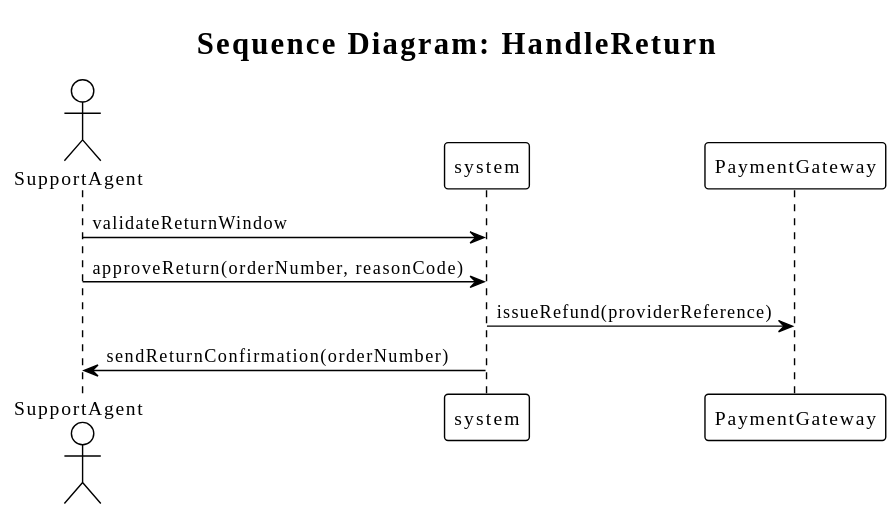
fredoslav2004/modt-core keeps this PlantUML diagram as examples/commerce-platform/generated/sequence/CommercePlatform_HandleReturn.sequence.svg. Above is the earlier version. The source it was exported from:
```plantuml
@startuml
title Sequence Diagram: HandleReturn
!theme plain
skinparam classAttributeIconSize 0
actor "SupportAgent" as Actor
participant "system" as System
participant "PaymentGateway" as PaymentGateway

Actor -> System : validateReturnWindow
Actor -> System : approveReturn(orderNumber, reasonCode)
System -> PaymentGateway : issueRefund(providerReference)
System -> Actor : sendReturnConfirmation(orderNumber)
@enduml
```
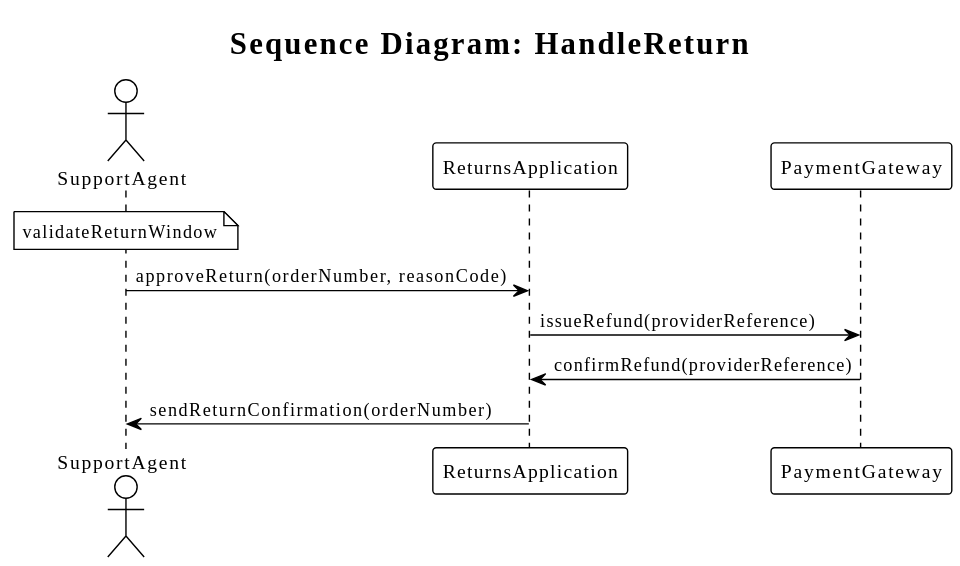
After the commit.

Diff of the diagram source:
```diff
@@ -3,11 +3,12 @@
 !theme plain
 skinparam classAttributeIconSize 0
 actor "SupportAgent" as Actor
-participant "system" as System
+participant "ReturnsApplication" as ReturnsApplication
 participant "PaymentGateway" as PaymentGateway
 
-Actor -> System : validateReturnWindow
-Actor -> System : approveReturn(orderNumber, reasonCode)
-System -> PaymentGateway : issueRefund(providerReference)
-System -> Actor : sendReturnConfirmation(orderNumber)
+note over Actor : validateReturnWindow
+Actor -> ReturnsApplication : approveReturn(orderNumber, reasonCode)
+ReturnsApplication -> PaymentGateway : issueRefund(providerReference)
+PaymentGateway -> ReturnsApplication : confirmRefund(providerReference)
+ReturnsApplication -> Actor : sendReturnConfirmation(orderNumber)
 @enduml
```
